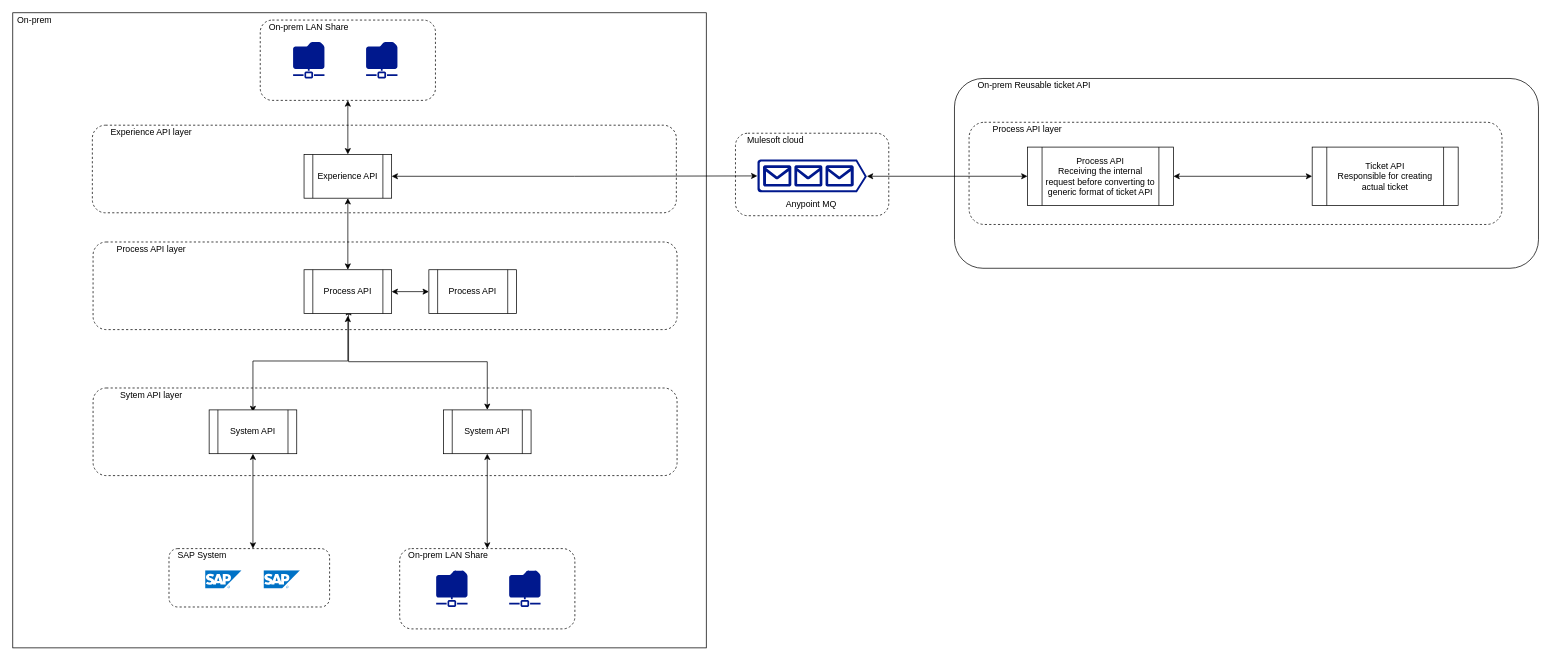
The draw.io diagram Untitled Diagram.drawio in Jaktip/jty-fn, before the edit. Source tidied: cells renumbered, new cells numbered last; positions are measured from the earlier drawing's top-left corner, leaving out a move shared by most shapes. Both pictures are drawn from the tidied source at 73%, with x=0, y=0 at pixel (12, 12).
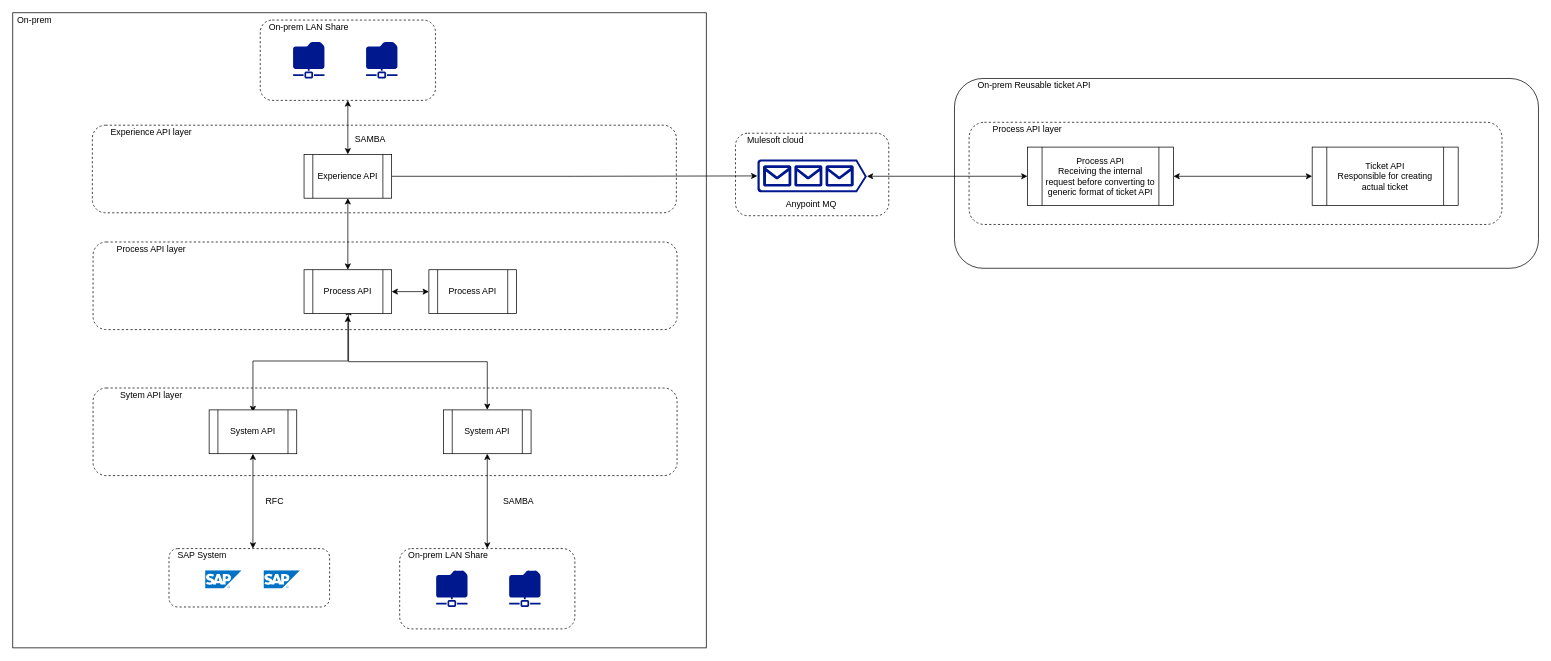
The same page after the edit.

The change refers to these unchanged cells:
```xml
<mxCell id="15" value="Experience API" style="shape=process;whiteSpace=wrap;html=1;backgroundOutline=1;" parent="1" vertex="1">
  <mxGeometry x="399" y="194" width="120" height="60" as="geometry" />
</mxCell>
<mxCell id="45" style="shadow=0;dashed=0;html=1;strokeColor=none;labelPosition=center;verticalLabelPosition=bottom;verticalAlign=top;align=center;fillColor=#00188D;shape=mxgraph.azure.queue_generic;rounded=1;" parent="1" vertex="1">
  <mxGeometry x="1020" y="201" width="150" height="45" as="geometry" />
</mxCell>
```

Diff of the diagram source:
```diff
@@
-    <mxCell id="14" style="edgeStyle=orthogonalEdgeStyle;rounded=0;jettySize=auto;html=1;entryX=0;entryY=0.5;entryDx=0;entryDy=0;entryPerimeter=0;startArrow=classic;startFill=1;" parent="1" edge="1" source="15" target="45">
+    <mxCell id="14" style="edgeStyle=orthogonalEdgeStyle;rounded=0;jettySize=auto;html=1;entryX=0;entryY=0.5;entryDx=0;entryDy=0;entryPerimeter=0;startArrow=none;startFill=0;" parent="1" edge="1" source="15" target="45">
       <mxGeometry relative="1" as="geometry" />
     </mxCell>
@@
+    <mxCell id="47" value="RFC" style="text;html=1;strokeColor=none;fillColor=none;align=center;verticalAlign=middle;whiteSpace=wrap;rounded=0;" parent="1" vertex="1">
+      <mxGeometry x="329" y="660" width="60" height="20" as="geometry" />
+    </mxCell>
+    <mxCell id="48" value="SAMBA" style="text;html=1;strokeColor=none;fillColor=none;align=center;verticalAlign=middle;whiteSpace=wrap;rounded=0;" parent="1" vertex="1">
+      <mxGeometry x="460" y="164" width="60" height="20" as="geometry" />
+    </mxCell>
+    <mxCell id="49" value="SAMBA" style="text;html=1;strokeColor=none;fillColor=none;align=center;verticalAlign=middle;whiteSpace=wrap;rounded=0;" parent="1" vertex="1">
+      <mxGeometry x="663" y="660" width="60" height="20" as="geometry" />
+    </mxCell>
```
